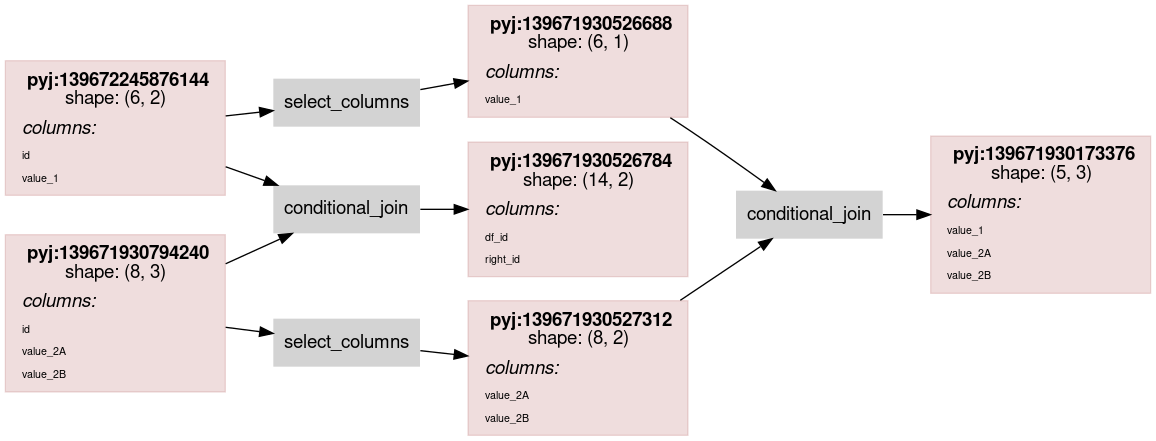
Above: scripts/rdflog/conditional_join_w_cmc.ttl.dot.png in asmirnov69/pyjviz-poc (Graphviz), before the change. Its source is kept beside it as scripts/rdflog/conditional_join_w_cmc.ttl.dot.
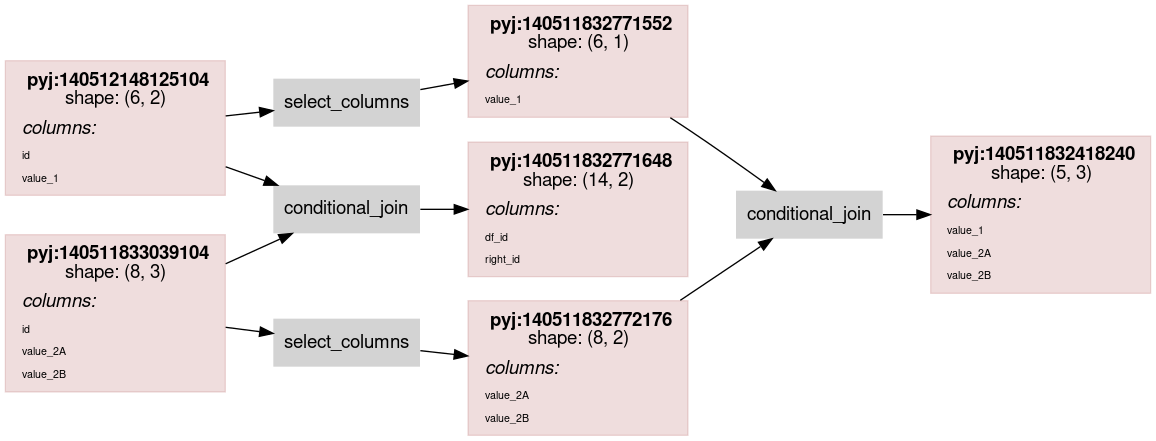
Later version of the same file.

Diff of the diagram source:
```diff
@@ -14,7 +14,7 @@
                 color="#88000022"
                 shape = rect
                 label = <<table border="0" cellborder="0" cellspacing="0" cellpadding="4">
-                         <tr> <td> <b>pyj:139672245876144</b><br/>shape: (6, 2)</td> </tr>
+                         <tr> <td> <b>pyj:140512148125104</b><br/>shape: (6, 2)</td> </tr>
                          <tr> <td align="left"><i>columns:</i><br align="left"/></td></tr>
                 <tr><td align="left"><FONT POINT-SIZE="8px">id</FONT></td></tr>
 <tr><td align="left"><FONT POINT-SIZE="8px">value_1</FONT></td></tr>
@@ -24,7 +24,7 @@
                 color="#88000022"
                 shape = rect
                 label = <<table border="0" cellborder="0" cellspacing="0" cellpadding="4">
-                         <tr> <td> <b>pyj:139671930526784</b><br/>shape: (14, 2)</td> </tr>
+                         <tr> <td> <b>pyj:140511832771648</b><br/>shape: (14, 2)</td> </tr>
                          <tr> <td align="left"><i>columns:</i><br align="left"/></td></tr>
                 <tr><td align="left"><FONT POINT-SIZE="8px">df_id</FONT></td></tr>
 <tr><td align="left"><FONT POINT-SIZE="8px">right_id</FONT></td></tr>
@@ -34,7 +34,7 @@
                 color="#88000022"
                 shape = rect
                 label = <<table border="0" cellborder="0" cellspacing="0" cellpadding="4">
-                         <tr> <td> <b>pyj:139671930794240</b><br/>shape: (8, 3)</td> </tr>
+                         <tr> <td> <b>pyj:140511833039104</b><br/>shape: (8, 3)</td> </tr>
                          <tr> <td align="left"><i>columns:</i><br align="left"/></td></tr>
                 <tr><td align="left"><FONT POINT-SIZE="8px">id</FONT></td></tr>
 <tr><td align="left"><FONT POINT-SIZE="8px">value_2A</FONT></td></tr>
@@ -45,7 +45,7 @@
                 color="#88000022"
                 shape = rect
                 label = <<table border="0" cellborder="0" cellspacing="0" cellpadding="4">
-                         <tr> <td> <b>pyj:139671930526688</b><br/>shape: (6, 1)</td> </tr>
+                         <tr> <td> <b>pyj:140511832771552</b><br/>shape: (6, 1)</td> </tr>
                          <tr> <td align="left"><i>columns:</i><br align="left"/></td></tr>
                 <tr><td align="left"><FONT POINT-SIZE="8px">value_1</FONT></td></tr>
                          </table>>
@@ -54,7 +54,7 @@
                 color="#88000022"
                 shape = rect
                 label = <<table border="0" cellborder="0" cellspacing="0" cellpadding="4">
-                         <tr> <td> <b>pyj:139671930527312</b><br/>shape: (8, 2)</td> </tr>
+                         <tr> <td> <b>pyj:140511832772176</b><br/>shape: (8, 2)</td> </tr>
                          <tr> <td align="left"><i>columns:</i><br align="left"/></td></tr>
                 <tr><td align="left"><FONT POINT-SIZE="8px">value_2A</FONT></td></tr>
 <tr><td align="left"><FONT POINT-SIZE="8px">value_2B</FONT></td></tr>
@@ -64,7 +64,7 @@
                 color="#88000022"
                 shape = rect
                 label = <<table border="0" cellborder="0" cellspacing="0" cellpadding="4">
-                         <tr> <td> <b>pyj:139671930173376</b><br/>shape: (5, 3)</td> </tr>
+                         <tr> <td> <b>pyj:140511832418240</b><br/>shape: (5, 3)</td> </tr>
                          <tr> <td align="left"><i>columns:</i><br align="left"/></td></tr>
                 <tr><td align="left"><FONT POINT-SIZE="8px">value_1</FONT></td></tr>
 <tr><td align="left"><FONT POINT-SIZE="8px">value_2A</FONT></td></tr>
```
